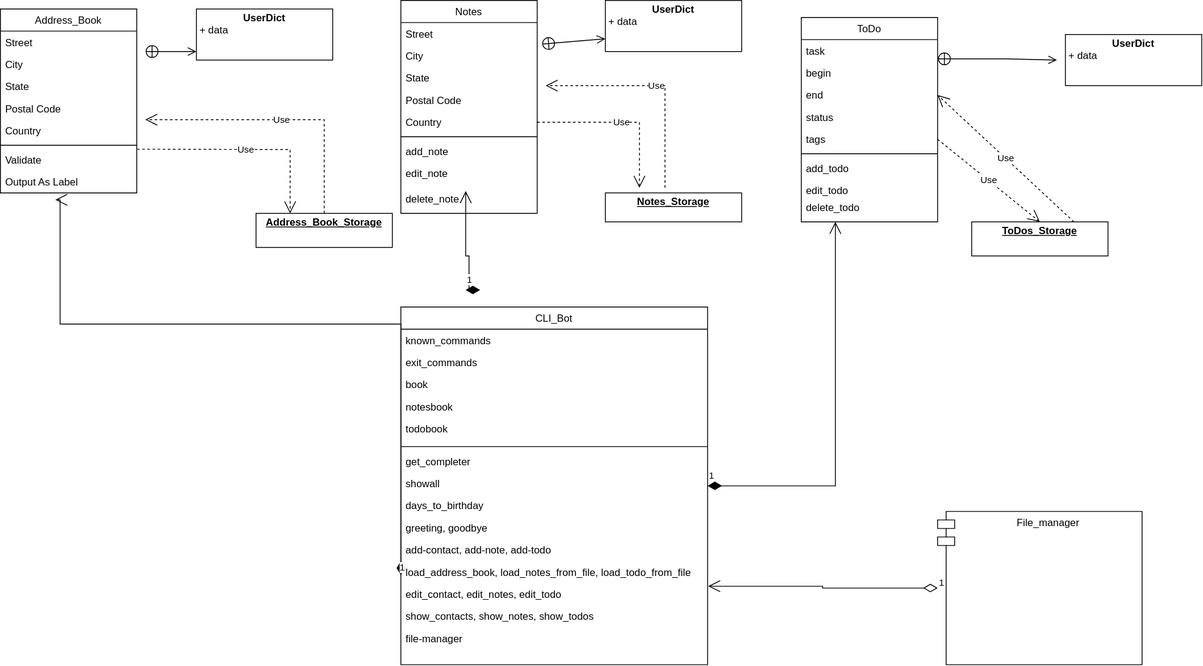
Earlier version of the draw.io export HW_python_01/cyber-sentinels.drawio.svg (SiracencoSerghei/goitWeb). Source tidied: cells renumbered, new cells last; positions are measured from the earlier drawing's top-left corner, leaving out a move shared by most shapes.
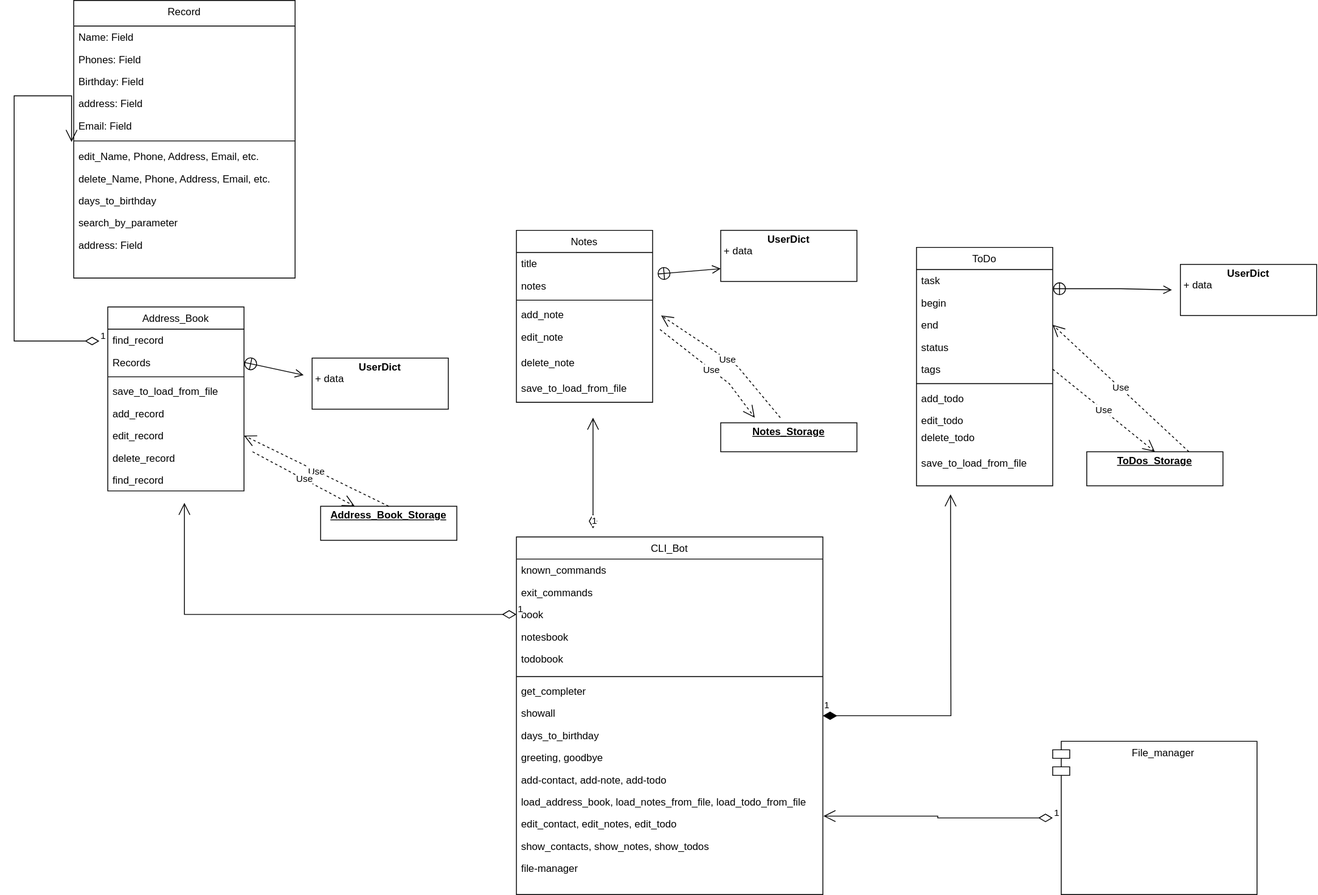
After the commit.

Change to the diagram source:
```diff
@@ -3,7 +3,7 @@
     <mxCell id="0" />
     <mxCell id="1" parent="0" />
     <mxCell id="2" value="ToDo" style="swimlane;fontStyle=0;align=center;verticalAlign=top;horizontal=1;startSize=26;rounded=0;shadow=0;strokeWidth=1;" parent="1" vertex="1">
-      <mxGeometry x="940" y="20" width="160" height="240" as="geometry" />
+      <mxGeometry x="940" y="20" width="160" height="280" as="geometry" />
     </mxCell>
     <mxCell id="3" value="task" style="text;align=left;verticalAlign=top;spacingLeft=4;spacingRight=4;overflow=hidden;" parent="2" vertex="1">
       <mxGeometry y="26" width="160" height="26" as="geometry" />
@@ -30,8 +30,11 @@
       <mxGeometry y="190" width="160" height="20" as="geometry" />
     </mxCell>
     <mxCell id="11" value="delete_todo" style="text;align=left;verticalAlign=top;spacingLeft=4;spacingRight=4;overflow=hidden;" parent="2" vertex="1">
-      <mxGeometry y="210" width="160" height="20" as="geometry" />
+      <mxGeometry y="210" width="160" height="30" as="geometry" />
     </mxCell>
+    <mxCell id="68" value="save_to_load_from_file" style="text;align=left;verticalAlign=top;spacingLeft=4;spacingRight=4;overflow=hidden;" parent="2" vertex="1">
+      <mxGeometry y="240" width="160" height="30" as="geometry" />
+    </mxCell>
     <mxCell id="12" value="CLI_Bot" style="swimlane;fontStyle=0;align=center;verticalAlign=top;horizontal=1;startSize=26;rounded=0;shadow=0;strokeWidth=1;" parent="1" vertex="1">
       <mxGeometry x="470" y="360" width="360" height="420" as="geometry" />
     </mxCell>
@@ -81,82 +84,60 @@
       <mxGeometry y="376" width="360" height="26" as="geometry" />
     </mxCell>
     <mxCell id="28" value="Notes" style="swimlane;fontStyle=0;align=center;verticalAlign=top;horizontal=1;startSize=26;rounded=0;shadow=0;strokeWidth=1;" parent="1" vertex="1">
-      <mxGeometry x="470" width="160" height="250" as="geometry" />
+      <mxGeometry x="470" width="160" height="202" as="geometry" />
     </mxCell>
-    <mxCell id="29" value="Street" style="text;align=left;verticalAlign=top;spacingLeft=4;spacingRight=4;overflow=hidden;points=[[0,0.5],[1,0.5]];portConstraint=eastwest;" parent="28" vertex="1">
+    <mxCell id="29" value="title" style="text;align=left;verticalAlign=top;spacingLeft=4;spacingRight=4;overflow=hidden;points=[[0,0.5],[1,0.5]];portConstraint=eastwest;" parent="28" vertex="1">
       <mxGeometry y="26" width="160" height="26" as="geometry" />
     </mxCell>
-    <mxCell id="30" value="City" style="text;align=left;verticalAlign=top;spacingLeft=4;spacingRight=4;overflow=hidden;rounded=0;shadow=0;html=0;" parent="28" vertex="1">
+    <mxCell id="30" value="notes" style="text;align=left;verticalAlign=top;spacingLeft=4;spacingRight=4;overflow=hidden;rounded=0;shadow=0;html=0;" parent="28" vertex="1">
       <mxGeometry y="52" width="160" height="26" as="geometry" />
     </mxCell>
-    <mxCell id="31" value="State" style="text;align=left;verticalAlign=top;spacingLeft=4;spacingRight=4;overflow=hidden;rounded=0;shadow=0;html=0;" parent="28" vertex="1">
-      <mxGeometry y="78" width="160" height="26" as="geometry" />
-    </mxCell>
-    <mxCell id="32" value="Postal Code" style="text;align=left;verticalAlign=top;spacingLeft=4;spacingRight=4;overflow=hidden;rounded=0;shadow=0;html=0;" parent="28" vertex="1">
-      <mxGeometry y="104" width="160" height="26" as="geometry" />
-    </mxCell>
-    <mxCell id="33" value="Country" style="text;align=left;verticalAlign=top;spacingLeft=4;spacingRight=4;overflow=hidden;points=[[0,0.5],[1,0.5]];portConstraint=eastwest;rounded=0;shadow=0;html=0;" parent="28" vertex="1">
-      <mxGeometry y="130" width="160" height="26" as="geometry" />
-    </mxCell>
     <mxCell id="34" style="line;html=1;strokeWidth=1;align=left;verticalAlign=middle;spacingTop=-1;spacingLeft=3;spacingRight=3;labelPosition=right;" parent="28" vertex="1">
-      <mxGeometry y="156" width="160" height="8" as="geometry" />
+      <mxGeometry y="78" width="160" height="8" as="geometry" />
     </mxCell>
     <mxCell id="35" value="add_note" style="text;align=left;verticalAlign=top;spacingLeft=4;spacingRight=4;overflow=hidden;" parent="28" vertex="1">
-      <mxGeometry y="164" width="160" height="26" as="geometry" />
+      <mxGeometry y="86" width="160" height="26" as="geometry" />
     </mxCell>
     <mxCell id="36" value="edit_note" style="text;align=left;verticalAlign=top;spacingLeft=4;spacingRight=4;overflow=hidden;points=[[0,0.5],[1,0.5]];portConstraint=eastwest;" parent="28" vertex="1">
-      <mxGeometry y="190" width="160" height="30" as="geometry" />
+      <mxGeometry y="112" width="160" height="30" as="geometry" />
     </mxCell>
     <mxCell id="37" value="delete_note" style="text;align=left;verticalAlign=top;spacingLeft=4;spacingRight=4;overflow=hidden;" parent="28" vertex="1">
-      <mxGeometry y="220" width="160" height="30" as="geometry" />
+      <mxGeometry y="142" width="160" height="30" as="geometry" />
     </mxCell>
+    <mxCell id="69" value="save_to_load_from_file" style="text;align=left;verticalAlign=top;spacingLeft=4;spacingRight=4;overflow=hidden;" parent="28" vertex="1">
+      <mxGeometry y="172" width="160" height="30" as="geometry" />
+    </mxCell>
     <mxCell id="38" value="Address_Book" style="swimlane;fontStyle=0;align=center;verticalAlign=top;horizontal=1;startSize=26;rounded=0;shadow=0;strokeWidth=1;" parent="1" vertex="1">
-      <mxGeometry y="10" width="160" height="216" as="geometry" />
+      <mxGeometry x="-10" y="90" width="160" height="216" as="geometry" />
     </mxCell>
+    <mxCell id="70" value="find_record" style="text;align=left;verticalAlign=top;spacingLeft=4;spacingRight=4;overflow=hidden;" parent="38" vertex="1">
+      <mxGeometry y="26" width="160" height="26" as="geometry" />
+    </mxCell>
-    <mxCell id="39" value="Street" style="text;align=left;verticalAlign=top;spacingLeft=4;spacingRight=4;overflow=hidden;points=[[0,0.5],[1,0.5]];portConstraint=eastwest;" parent="38" vertex="1">
-      <mxGeometry y="26" width="160" height="26" as="geometry" />
+    <mxCell id="39" value="Records" style="text;align=left;verticalAlign=top;spacingLeft=4;spacingRight=4;overflow=hidden;points=[[0,0.5],[1,0.5]];portConstraint=eastwest;" parent="38" vertex="1">
+      <mxGeometry y="52" width="160" height="26" as="geometry" />
     </mxCell>
-    <mxCell id="40" value="City" style="text;align=left;verticalAlign=top;spacingLeft=4;spacingRight=4;overflow=hidden;rounded=0;shadow=0;html=0;" parent="38" vertex="1">
-      <mxGeometry y="52" width="160" height="26" as="geometry" />
-    </mxCell>
-    <mxCell id="41" value="State" style="text;align=left;verticalAlign=top;spacingLeft=4;spacingRight=4;overflow=hidden;rounded=0;shadow=0;html=0;" parent="38" vertex="1">
-      <mxGeometry y="78" width="160" height="26" as="geometry" />
-    </mxCell>
-    <mxCell id="42" value="Postal Code" style="text;align=left;verticalAlign=top;spacingLeft=4;spacingRight=4;overflow=hidden;rounded=0;shadow=0;html=0;" parent="38" vertex="1">
-      <mxGeometry y="104" width="160" height="26" as="geometry" />
-    </mxCell>
-    <mxCell id="43" value="Country" style="text;align=left;verticalAlign=top;spacingLeft=4;spacingRight=4;overflow=hidden;rounded=0;shadow=0;html=0;" parent="38" vertex="1">
-      <mxGeometry y="130" width="160" height="26" as="geometry" />
-    </mxCell>
     <mxCell id="44" style="line;html=1;strokeWidth=1;align=left;verticalAlign=middle;spacingTop=-1;spacingLeft=3;spacingRight=3;labelPosition=right;" parent="38" vertex="1">
-      <mxGeometry y="156" width="160" height="8" as="geometry" />
+      <mxGeometry y="78" width="160" height="8" as="geometry" />
     </mxCell>
-    <mxCell id="45" value="Validate" style="text;align=left;verticalAlign=top;spacingLeft=4;spacingRight=4;overflow=hidden;points=[[0,0.5],[1,0.5]];portConstraint=eastwest;" parent="38" vertex="1">
-      <mxGeometry y="164" width="160" height="26" as="geometry" />
+    <mxCell id="45" value="save_to_load_from_file" style="text;align=left;verticalAlign=top;spacingLeft=4;spacingRight=4;overflow=hidden;points=[[0,0.5],[1,0.5]];portConstraint=eastwest;" parent="38" vertex="1">
+      <mxGeometry y="86" width="160" height="26" as="geometry" />
     </mxCell>
-    <mxCell id="46" value="Output As Label" style="text;align=left;verticalAlign=top;spacingLeft=4;spacingRight=4;overflow=hidden;points=[[0,0.5],[1,0.5]];portConstraint=eastwest;" parent="38" vertex="1">
-      <mxGeometry y="190" width="160" height="26" as="geometry" />
+    <mxCell id="46" value="add_record" style="text;align=left;verticalAlign=top;spacingLeft=4;spacingRight=4;overflow=hidden;points=[[0,0.5],[1,0.5]];portConstraint=eastwest;" parent="38" vertex="1">
+      <mxGeometry y="112" width="160" height="26" as="geometry" />
     </mxCell>
-    <mxCell id="47" value="1" style="endArrow=open;html=1;endSize=12;startArrow=diamondThin;startSize=14;startFill=1;edgeStyle=orthogonalEdgeStyle;align=left;verticalAlign=bottom;rounded=0;exitX=0;exitY=0.75;exitDx=0;exitDy=0;entryX=0.403;entryY=1.313;entryDx=0;entryDy=0;entryPerimeter=0;" parent="1" edge="1" source="12" target="46">
-      <mxGeometry x="-1" y="3" relative="1" as="geometry">
-        <Array as="points">
-          <mxPoint x="470" y="380" />
-          <mxPoint x="70" y="380" />
-          <mxPoint x="70" y="234" />
-        </Array>
-      </mxGeometry>
-    </mxCell>
-    <mxCell id="48" value="1" style="endArrow=open;html=1;endSize=12;startArrow=diamondThin;startSize=14;startFill=1;edgeStyle=orthogonalEdgeStyle;align=left;verticalAlign=bottom;rounded=0;entryX=0.476;entryY=1.126;entryDx=0;entryDy=0;entryPerimeter=0;" parent="1" edge="1" target="36">
-      <mxGeometry x="-1" y="3" relative="1" as="geometry">
-        <mxPoint x="546" y="340" as="sourcePoint" />
-        <Array as="points">
-          <mxPoint x="550" y="300" />
-          <mxPoint x="546" y="300" />
-        </Array>
-      </mxGeometry>
-    </mxCell>
+    <mxCell id="71" value="edit_record" style="text;align=left;verticalAlign=top;spacingLeft=4;spacingRight=4;overflow=hidden;points=[[0,0.5],[1,0.5]];portConstraint=eastwest;" parent="38" vertex="1">
+      <mxGeometry y="138" width="160" height="26" as="geometry" />
+    </mxCell>
+    <mxCell id="72" value="delete_record" style="text;align=left;verticalAlign=top;spacingLeft=4;spacingRight=4;overflow=hidden;" parent="38" vertex="1">
+      <mxGeometry y="164" width="160" height="26" as="geometry" />
+    </mxCell>
+    <mxCell id="73" value="find_record" style="text;align=left;verticalAlign=top;spacingLeft=4;spacingRight=4;overflow=hidden;" parent="38" vertex="1">
+      <mxGeometry y="190" width="160" height="26" as="geometry" />
+    </mxCell>
-    <mxCell id="49" value="1" style="endArrow=open;html=1;endSize=12;startArrow=diamondThin;startSize=14;startFill=1;edgeStyle=orthogonalEdgeStyle;align=left;verticalAlign=bottom;rounded=0;exitX=1;exitY=0.5;exitDx=0;exitDy=0;entryX=0.25;entryY=1;entryDx=0;entryDy=0;" parent="1" edge="1" source="12" target="2">
-      <mxGeometry x="-1" y="3" relative="1" as="geometry" />
+    <mxCell id="49" value="1" style="endArrow=open;html=1;endSize=12;startArrow=diamondThin;startSize=14;startFill=1;edgeStyle=orthogonalEdgeStyle;align=left;verticalAlign=bottom;rounded=0;exitX=1;exitY=0.5;exitDx=0;exitDy=0;" parent="1" edge="1" source="12">
+      <mxGeometry x="-1" y="3" relative="1" as="geometry">
+        <mxPoint x="980" y="310" as="targetPoint" />
+      </mxGeometry>
     </mxCell>
     <mxCell id="50" value="&lt;p style=&quot;margin:0px;margin-top:4px;text-align:center;text-decoration:underline;&quot;&gt;&lt;b&gt;Notes_Storage&lt;/b&gt;&lt;/p&gt;" style="verticalAlign=top;align=left;overflow=fill;fontSize=12;fontFamily=Helvetica;html=1;whiteSpace=wrap;" parent="1" vertex="1">
       <mxGeometry x="710" y="226" width="160" height="34" as="geometry" />
@@ -165,21 +146,14 @@
       <mxGeometry x="1140" y="260" width="160" height="40" as="geometry" />
     </mxCell>
     <mxCell id="52" value="&lt;p style=&quot;margin:0px;margin-top:4px;text-align:center;text-decoration:underline;&quot;&gt;&lt;b&gt;Address_Book_Storage&lt;/b&gt;&lt;/p&gt;&lt;p style=&quot;margin:0px;margin-top:4px;text-align:center;text-decoration:underline;&quot;&gt;&lt;b&gt;&lt;br&gt;&lt;/b&gt;&lt;/p&gt;" style="verticalAlign=top;align=left;overflow=fill;fontSize=12;fontFamily=Helvetica;html=1;whiteSpace=wrap;" parent="1" vertex="1">
-      <mxGeometry x="300" y="250" width="160" height="40" as="geometry" />
+      <mxGeometry x="240" y="324" width="160" height="40" as="geometry" />
     </mxCell>
-    <mxCell id="53" value="Use" style="endArrow=open;endSize=12;dashed=1;html=1;rounded=0;exitX=0.5;exitY=0;exitDx=0;exitDy=0;" parent="1" edge="1" source="52">
-      <mxGeometry relative="1" as="geometry">
-        <mxPoint x="170" y="140" as="targetPoint" />
-        <Array as="points">
-          <mxPoint x="380" y="140" />
-        </Array>
-      </mxGeometry>
+    <mxCell id="53" value="Use" style="endArrow=open;endSize=12;dashed=1;html=1;rounded=0;exitX=0.5;exitY=0;exitDx=0;exitDy=0;entryX=1;entryY=0.5;entryDx=0;entryDy=0;" parent="1" edge="1" source="52" target="71">
+      <mxGeometry relative="1" as="geometry" />
     </mxCell>
-    <mxCell id="54" value="Use" style="endArrow=open;endSize=12;dashed=1;html=1;rounded=0;exitX=1.003;exitY=0.027;exitDx=0;exitDy=0;entryX=0.25;entryY=0;entryDx=0;entryDy=0;exitPerimeter=0;" parent="1" edge="1" source="45" target="52">
+    <mxCell id="54" value="Use" style="endArrow=open;endSize=12;dashed=1;html=1;rounded=0;entryX=0.25;entryY=0;entryDx=0;entryDy=0;" parent="1" edge="1" target="52">
       <mxGeometry relative="1" as="geometry">
-        <Array as="points">
-          <mxPoint x="340" y="175" />
-        </Array>
+        <mxPoint x="160" y="260" as="sourcePoint" />
       </mxGeometry>
     </mxCell>
     <mxCell id="55" value="Use" style="endArrow=open;endSize=12;dashed=1;html=1;rounded=0;" parent="1" edge="1">
@@ -187,15 +161,15 @@
         <mxPoint x="780" y="220" as="sourcePoint" />
         <mxPoint x="640" y="100" as="targetPoint" />
         <Array as="points">
-          <mxPoint x="780" y="100" />
+          <mxPoint x="730" y="160" />
         </Array>
       </mxGeometry>
     </mxCell>
-    <mxCell id="56" value="Use" style="endArrow=open;endSize=12;dashed=1;html=1;rounded=0;exitX=1;exitY=0.5;exitDx=0;exitDy=0;" parent="1" edge="1" source="33">
+    <mxCell id="56" value="Use" style="endArrow=open;endSize=12;dashed=1;html=1;rounded=0;exitX=1.054;exitY=0.148;exitDx=0;exitDy=0;exitPerimeter=0;" parent="1" edge="1" source="36">
       <mxGeometry relative="1" as="geometry">
         <mxPoint x="750" y="220" as="targetPoint" />
         <Array as="points">
-          <mxPoint x="750" y="143" />
+          <mxPoint x="720" y="180" />
         </Array>
       </mxGeometry>
     </mxCell>
@@ -221,12 +195,11 @@
       <mxGeometry x="710" width="160" height="60" as="geometry" />
     </mxCell>
     <mxCell id="64" value="&lt;p style=&quot;margin:0px;margin-top:4px;text-align:center;&quot;&gt;&lt;b&gt;UserDict&lt;/b&gt;&lt;/p&gt;&lt;p style=&quot;margin:0px;margin-left:4px;&quot;&gt;+ data&lt;/p&gt;" style="verticalAlign=top;align=left;overflow=fill;fontSize=12;fontFamily=Helvetica;html=1;whiteSpace=wrap;" parent="1" vertex="1">
-      <mxGeometry x="230" y="10" width="160" height="60" as="geometry" />
+      <mxGeometry x="230" y="150" width="160" height="60" as="geometry" />
     </mxCell>
-    <mxCell id="65" style="endArrow=open;startArrow=circlePlus;endFill=0;startFill=0;endSize=8;html=1;rounded=0;" parent="1" edge="1">
+    <mxCell id="65" style="endArrow=open;startArrow=circlePlus;endFill=0;startFill=0;endSize=8;html=1;rounded=0;exitX=1;exitY=0.5;exitDx=0;exitDy=0;" parent="1" edge="1" source="39">
       <mxGeometry relative="1" as="geometry">
-        <mxPoint x="170" y="60" as="sourcePoint" />
-        <mxPoint x="230" y="60" as="targetPoint" />
+        <mxPoint x="220" y="170" as="targetPoint" />
       </mxGeometry>
     </mxCell>
     <mxCell id="66" style="endArrow=open;startArrow=circlePlus;endFill=0;startFill=0;endSize=8;html=1;rounded=0;entryX=0;entryY=0.75;entryDx=0;entryDy=0;exitX=1.034;exitY=0.973;exitDx=0;exitDy=0;exitPerimeter=0;" parent="1" edge="1" source="29" target="63">
@@ -241,5 +214,64 @@
         </Array>
       </mxGeometry>
     </mxCell>
+    <mxCell id="74" value="1" style="endArrow=open;html=1;endSize=12;startArrow=diamondThin;startSize=14;startFill=0;edgeStyle=orthogonalEdgeStyle;align=left;verticalAlign=bottom;rounded=0;" parent="1" edge="1">
+      <mxGeometry x="-1" y="3" relative="1" as="geometry">
+        <mxPoint x="560" y="350" as="sourcePoint" />
+        <mxPoint x="560" y="220" as="targetPoint" />
+      </mxGeometry>
+    </mxCell>
+    <mxCell id="75" value="1" style="endArrow=open;html=1;endSize=12;startArrow=diamondThin;startSize=14;startFill=0;edgeStyle=orthogonalEdgeStyle;align=left;verticalAlign=bottom;rounded=0;exitX=0;exitY=0.5;exitDx=0;exitDy=0;" parent="1" edge="1" source="15">
+      <mxGeometry x="-1" y="3" relative="1" as="geometry">
+        <mxPoint x="80" y="320" as="targetPoint" />
+        <Array as="points">
+          <mxPoint x="80" y="451" />
+        </Array>
+      </mxGeometry>
+    </mxCell>
+    <mxCell id="76" value="Record" style="swimlane;fontStyle=0;align=center;verticalAlign=top;horizontal=1;startSize=30;rounded=0;shadow=0;strokeWidth=1;" parent="1" vertex="1">
+      <mxGeometry x="-50" y="-270" width="260" height="326" as="geometry" />
+    </mxCell>
+    <mxCell id="77" value="Name: Field" style="text;align=left;verticalAlign=top;spacingLeft=4;spacingRight=4;overflow=hidden;" parent="76" vertex="1">
+      <mxGeometry y="30" width="260" height="26" as="geometry" />
+    </mxCell>
+    <mxCell id="78" value="Phones: Field" style="text;align=left;verticalAlign=top;spacingLeft=4;spacingRight=4;overflow=hidden;" parent="76" vertex="1">
+      <mxGeometry y="56" width="260" height="26" as="geometry" />
+    </mxCell>
+    <mxCell id="79" value="Birthday: Field" style="text;align=left;verticalAlign=top;spacingLeft=4;spacingRight=4;overflow=hidden;" parent="76" vertex="1">
+      <mxGeometry y="82" width="260" height="26" as="geometry" />
+    </mxCell>
+    <mxCell id="80" value="address: Field" style="text;align=left;verticalAlign=top;spacingLeft=4;spacingRight=4;overflow=hidden;" parent="76" vertex="1">
+      <mxGeometry y="108" width="260" height="26" as="geometry" />
+    </mxCell>
+    <mxCell id="81" value="Email: Field" style="text;align=left;verticalAlign=top;spacingLeft=4;spacingRight=4;overflow=hidden;" parent="76" vertex="1">
+      <mxGeometry y="134" width="260" height="26" as="geometry" />
+    </mxCell>
+    <mxCell id="82" style="line;html=1;strokeWidth=1;align=left;verticalAlign=middle;spacingTop=-1;spacingLeft=3;spacingRight=3;labelPosition=right;" parent="76" vertex="1">
+      <mxGeometry y="160" width="260" height="10" as="geometry" />
+    </mxCell>
+    <mxCell id="83" value="edit_Name, Phone, Address, Email, etc." style="text;align=left;verticalAlign=top;spacingLeft=4;spacingRight=4;overflow=hidden;points=[[0,0.5],[1,0.5]];portConstraint=eastwest;" parent="76" vertex="1">
+      <mxGeometry y="170" width="260" height="26" as="geometry" />
+    </mxCell>
+    <mxCell id="84" value="delete_Name, Phone, Address, Email, etc." style="text;align=left;verticalAlign=top;spacingLeft=4;spacingRight=4;overflow=hidden;" parent="76" vertex="1">
+      <mxGeometry y="196" width="260" height="26" as="geometry" />
+    </mxCell>
+    <mxCell id="85" value="days_to_birthday" style="text;align=left;verticalAlign=top;spacingLeft=4;spacingRight=4;overflow=hidden;" parent="76" vertex="1">
+      <mxGeometry y="222" width="260" height="26" as="geometry" />
+    </mxCell>
+    <mxCell id="86" value="search_by_parameter" style="text;align=left;verticalAlign=top;spacingLeft=4;spacingRight=4;overflow=hidden;" parent="76" vertex="1">
+      <mxGeometry y="248" width="260" height="26" as="geometry" />
+    </mxCell>
+    <mxCell id="87" value="address: Field" style="text;align=left;verticalAlign=top;spacingLeft=4;spacingRight=4;overflow=hidden;" parent="76" vertex="1">
+      <mxGeometry y="274" width="260" height="26" as="geometry" />
+    </mxCell>
+    <mxCell id="88" value="1" style="endArrow=open;html=1;endSize=12;startArrow=diamondThin;startSize=14;startFill=0;edgeStyle=orthogonalEdgeStyle;align=left;verticalAlign=bottom;rounded=0;entryX=-0.01;entryY=-0.148;entryDx=0;entryDy=0;entryPerimeter=0;" parent="1" edge="1" target="83">
+      <mxGeometry x="-1" y="3" relative="1" as="geometry">
+        <mxPoint x="-20" y="130" as="sourcePoint" />
+        <Array as="points">
+          <mxPoint x="-120" y="130" />
+          <mxPoint x="-120" y="-158" />
+        </Array>
+      </mxGeometry>
+    </mxCell>
   </root>
 </mxGraphModel>
```
